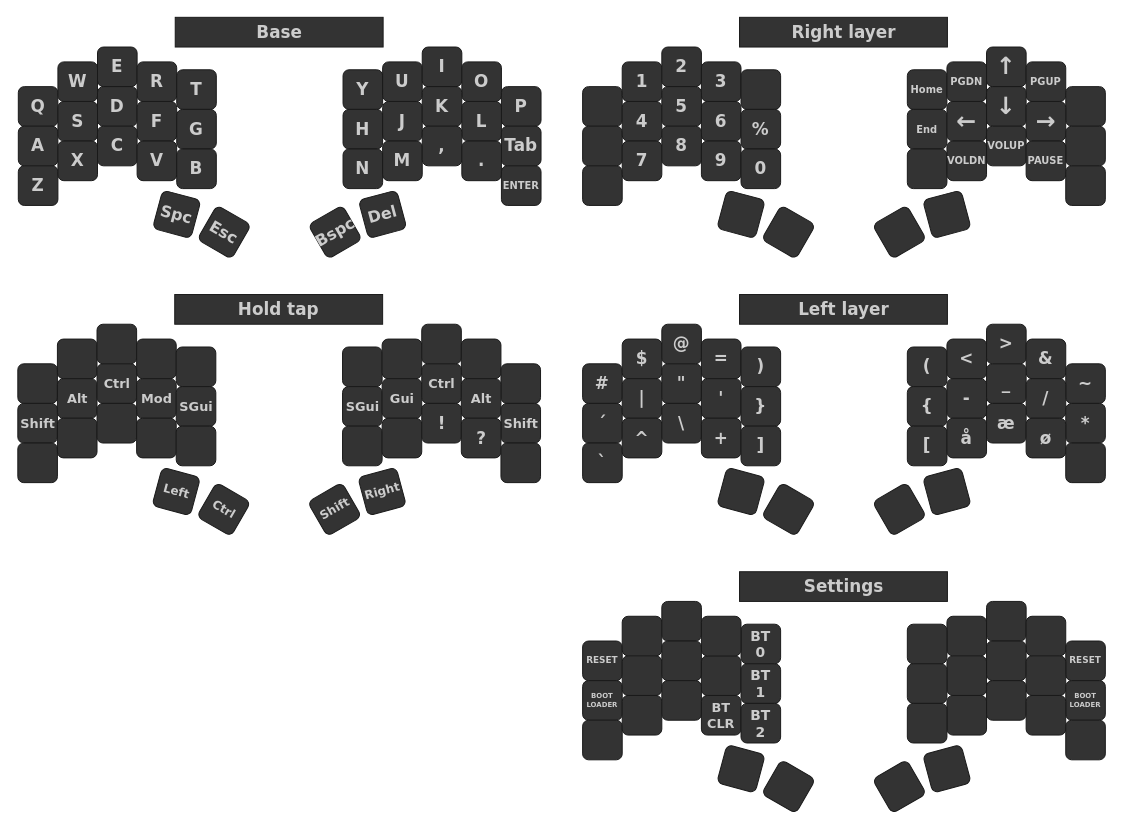
Above: keymap.drawio in SofusA/zmk-config (draw.io), before the change. Source tidied: cells renumbered, new cells numbered last; positions are measured from the earlier drawing's top-left corner, leaving out a move shared by most shapes. Both pictures are drawn from the tidied source at 99%, with x=0, y=0 at pixel (18, 17).
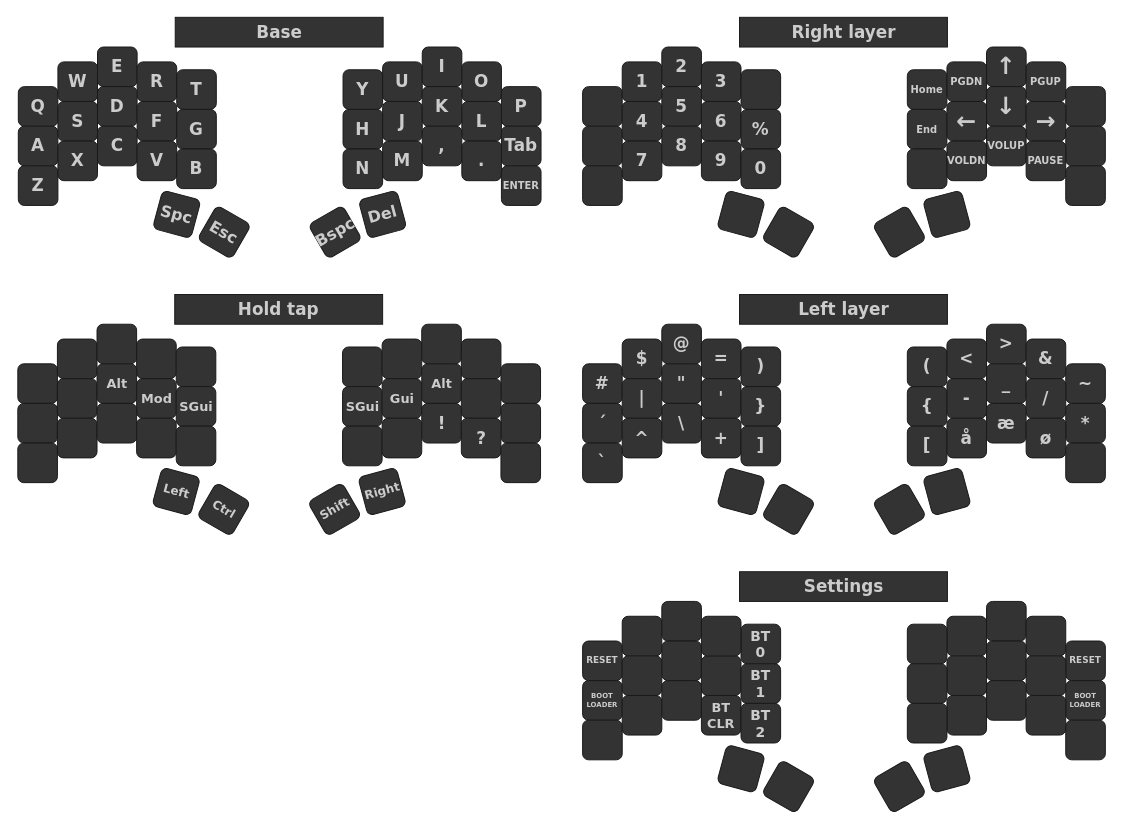
After the change.

Commit message (it also covers changes not shown here):
remove home mods

Change to the diagram source:
```diff
@@
-    <mxCell id="148" value="Shift" style="whiteSpace=wrap;html=1;fontSize=13;fontFamily=Verdana;fontStyle=1;fontColor=#CCCCCC;fillColor=#333333;rounded=1;strokeColor=#1A1A1A;" parent="1" vertex="1">
+    <mxCell id="148" style="whiteSpace=wrap;html=1;fontSize=13;fontFamily=Verdana;fontStyle=1;fontColor=#CCCCCC;fillColor=#333333;rounded=1;strokeColor=#1A1A1A;" parent="1" vertex="1">
       <mxGeometry x="-0.5" y="390" width="40" height="40" as="geometry" />
     </mxCell>
-    <mxCell id="149" value="Alt" style="whiteSpace=wrap;html=1;fontSize=13;fontFamily=Verdana;fontStyle=1;fontColor=#CCCCCC;fillColor=#333333;rounded=1;strokeColor=#1A1A1A;" parent="1" vertex="1">
+    <mxCell id="149" style="whiteSpace=wrap;html=1;fontSize=13;fontFamily=Verdana;fontStyle=1;fontColor=#CCCCCC;fillColor=#333333;rounded=1;strokeColor=#1A1A1A;" parent="1" vertex="1">
       <mxGeometry x="39.5" y="365" width="40" height="40" as="geometry" />
     </mxCell>
-    <mxCell id="150" value="Ctrl" style="whiteSpace=wrap;html=1;fontSize=13;fontFamily=Verdana;fontStyle=1;fontColor=#CCCCCC;fillColor=#333333;rounded=1;strokeColor=#1A1A1A;" parent="1" vertex="1">
+    <mxCell id="150" value="Alt" style="whiteSpace=wrap;html=1;fontSize=13;fontFamily=Verdana;fontStyle=1;fontColor=#CCCCCC;fillColor=#333333;rounded=1;strokeColor=#1A1A1A;" parent="1" vertex="1">
       <mxGeometry x="79.5" y="350" width="40" height="40" as="geometry" />
     </mxCell>
@@
-    <mxCell id="167" value="Ctrl" style="whiteSpace=wrap;html=1;fontSize=13;fontFamily=Verdana;fontStyle=1;fontColor=#CCCCCC;fillColor=#333333;rounded=1;strokeColor=#1A1A1A;" parent="1" vertex="1">
+    <mxCell id="167" value="Alt" style="whiteSpace=wrap;html=1;fontSize=13;fontFamily=Verdana;fontStyle=1;fontColor=#CCCCCC;fillColor=#333333;rounded=1;strokeColor=#1A1A1A;" parent="1" vertex="1">
       <mxGeometry x="407.5" y="350" width="40" height="40" as="geometry" />
     </mxCell>
-    <mxCell id="168" value="Alt" style="whiteSpace=wrap;html=1;fontSize=13;fontFamily=Verdana;fontStyle=1;fontColor=#CCCCCC;fillColor=#333333;rounded=1;strokeColor=#1A1A1A;" parent="1" vertex="1">
+    <mxCell id="168" style="whiteSpace=wrap;html=1;fontSize=13;fontFamily=Verdana;fontStyle=1;fontColor=#CCCCCC;fillColor=#333333;rounded=1;strokeColor=#1A1A1A;" parent="1" vertex="1">
       <mxGeometry x="447.5" y="365" width="40" height="40" as="geometry" />
     </mxCell>
-    <mxCell id="169" value="Shift" style="whiteSpace=wrap;html=1;fontSize=13;fontFamily=Verdana;fontStyle=1;fontColor=#CCCCCC;fillColor=#333333;rounded=1;strokeColor=#1A1A1A;" parent="1" vertex="1">
+    <mxCell id="169" style="whiteSpace=wrap;html=1;fontSize=13;fontFamily=Verdana;fontStyle=1;fontColor=#CCCCCC;fillColor=#333333;rounded=1;strokeColor=#1A1A1A;" parent="1" vertex="1">
       <mxGeometry x="487.5" y="390" width="40" height="40" as="geometry" />
     </mxCell>
```
